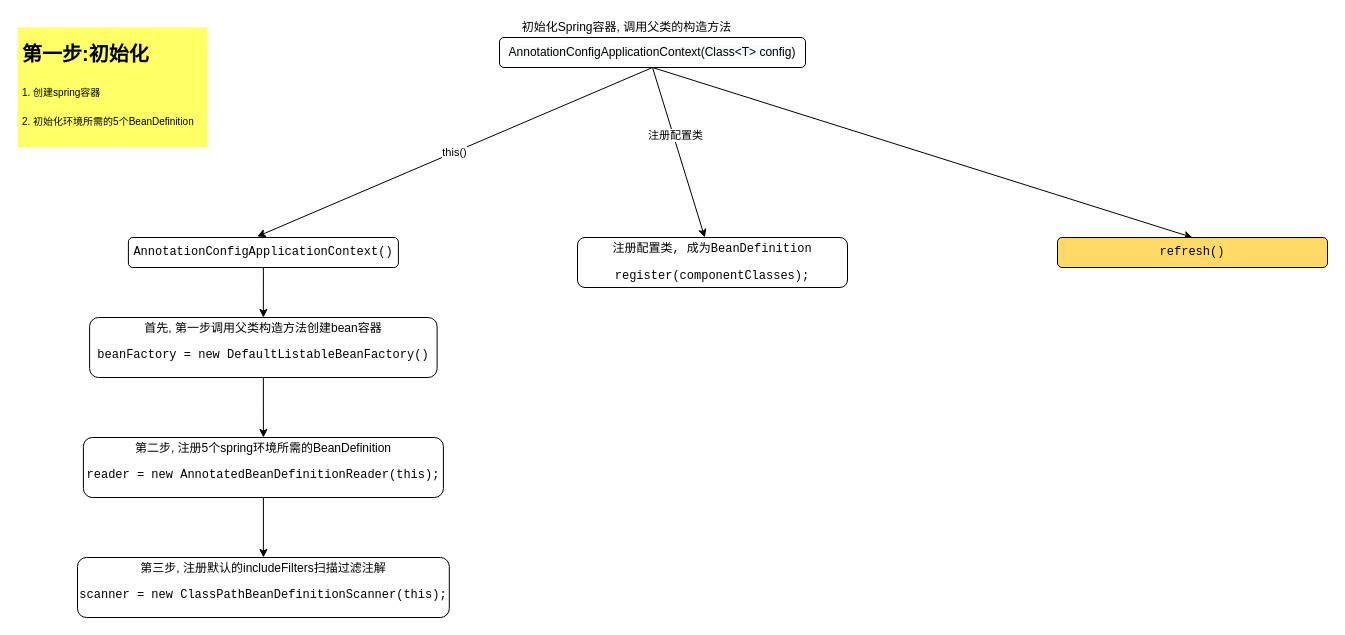
The draw.io diagram runninpanda/framework/spring/Spring.drawio in naccoit/drawio, before the edit. Source tidied: cells renumbered, new cells numbered last; positions are measured from the earlier drawing's top-left corner, leaving out a move shared by most shapes. Both pictures are drawn from the tidied source at 100%, with x=0, y=0 at pixel (17, 17).
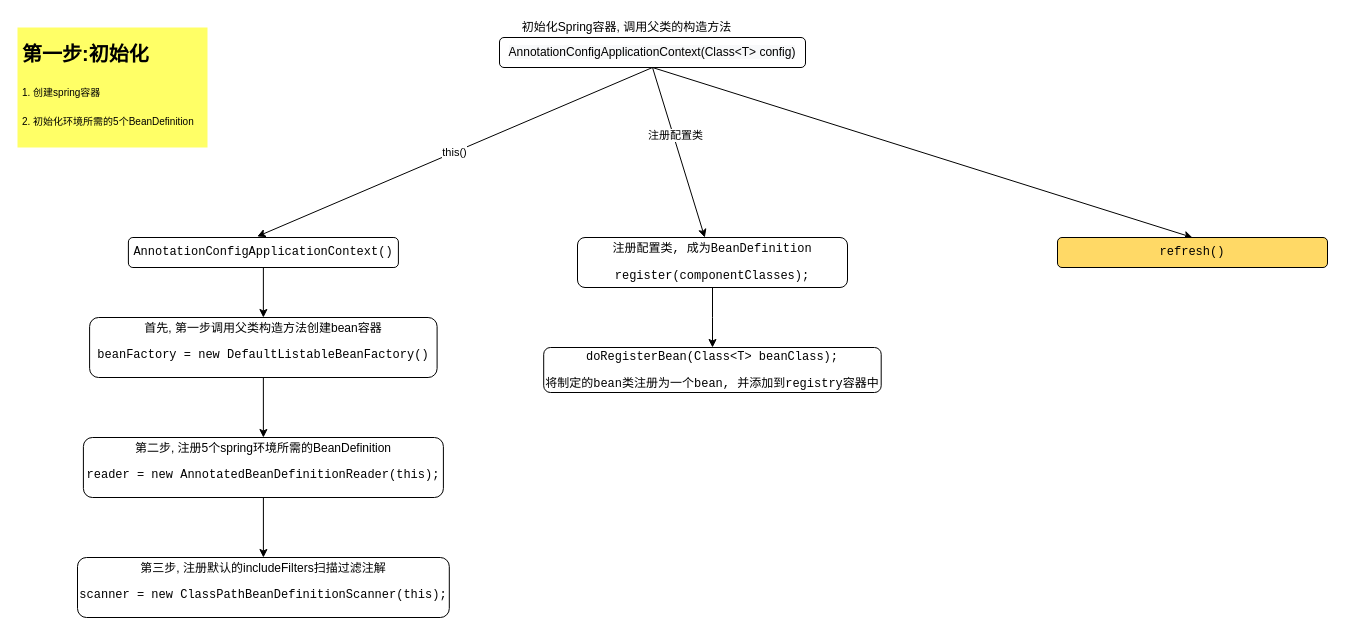
The same page after the edit.

Diff of the diagram source:
```diff
@@
 <mxGraphModel>
   <root>
     <mxCell id="0" />
     <mxCell id="1" parent="0" />
     <mxCell id="2" value="this()" style="rounded=0;jettySize=auto;html=1;exitX=0.5;exitY=1;exitDx=0;exitDy=0;entryX=0.477;entryY=-0.033;entryDx=0;entryDy=0;entryPerimeter=0;" parent="1" edge="1" source="6" target="10">
       <mxGeometry relative="1" as="geometry" />
     </mxCell>
     <mxCell id="3" style="rounded=0;jettySize=auto;html=1;exitX=0.5;exitY=1;exitDx=0;exitDy=0;" parent="1" edge="1" source="6" target="11">
       <mxGeometry relative="1" as="geometry" />
     </mxCell>
     <mxCell id="4" value="注册配置类" style="edgeLabel;html=1;align=center;verticalAlign=middle;" parent="3" vertex="1">
       <mxGeometry x="-0.2" y="2" relative="1" as="geometry" />
     </mxCell>
     <mxCell id="5" style="edgeStyle=none;rounded=0;jettySize=auto;html=1;exitX=0.5;exitY=1;exitDx=0;exitDy=0;entryX=0.5;entryY=0;entryDx=0;entryDy=0;" parent="1" edge="1" source="6" target="12">
       <mxGeometry relative="1" as="geometry" />
     </mxCell>
     <mxCell id="6" value="&lt;span style=&quot;color: rgb(0 , 0 , 0) ; font-family: &amp;#34;helvetica&amp;#34; ; font-size: 12px ; font-style: normal ; font-weight: 400 ; letter-spacing: normal ; text-align: center ; text-indent: 0px ; text-transform: none ; word-spacing: 0px ; background-color: rgb(248 , 249 , 250) ; display: inline ; float: none&quot;&gt;AnnotationConfigApplicationContext(Class&amp;lt;T&amp;gt; config)&lt;/span&gt;" style="rounded=1;whiteSpace=wrap;html=1;" parent="1" vertex="1">
       <mxGeometry x="482" y="20" width="306" height="30" as="geometry" />
     </mxCell>
     <mxCell id="7" value="初始化Spring容器, 调用父类的构造方法" style="text;html=1;strokeColor=none;fillColor=none;align=center;verticalAlign=middle;whiteSpace=wrap;rounded=0;" parent="1" vertex="1">
       <mxGeometry x="500" width="219" height="20" as="geometry" />
     </mxCell>
     <mxCell id="8" value="&lt;h1&gt;&lt;sub&gt;第一步:初始化&lt;/sub&gt;&lt;/h1&gt;&lt;p&gt;&lt;sub&gt;1. 创建spring容器&lt;/sub&gt;&lt;/p&gt;&lt;p&gt;&lt;sub&gt;2. 初始化环境所需的5个BeanDefinition&lt;/sub&gt;&lt;/p&gt;&lt;p&gt;&lt;br&gt;&lt;/p&gt;" style="text;html=1;strokeColor=none;fillColor=#FFFF66;spacing=5;spacingTop=-20;whiteSpace=wrap;overflow=hidden;rounded=0;" parent="1" vertex="1">
       <mxGeometry y="10" width="190" height="120" as="geometry" />
     </mxCell>
     <mxCell id="9" style="edgeStyle=none;rounded=0;jettySize=auto;html=1;" parent="1" edge="1" source="10" target="14">
       <mxGeometry relative="1" as="geometry" />
     </mxCell>
     <mxCell id="10" value="&lt;pre&gt;&lt;pre&gt;AnnotationConfigApplicationContext()&lt;/pre&gt;&lt;/pre&gt;" style="rounded=1;whiteSpace=wrap;html=1;labelBackgroundColor=none;fillColor=#FFFFFF;" parent="1" vertex="1">
       <mxGeometry x="110.9" y="220" width="270" height="30" as="geometry" />
     </mxCell>
+    <mxCell id="18" style="edgeStyle=orthogonalEdgeStyle;rounded=0;jettySize=auto;html=1;" parent="1" edge="1" source="11" target="19">
+      <mxGeometry relative="1" as="geometry" />
+    </mxCell>
     <mxCell id="11" value="&lt;pre&gt;&lt;pre&gt;&lt;pre&gt;注册配置类, 成为BeanDefinition&lt;/pre&gt;&lt;pre&gt;register(componentClasses);&lt;/pre&gt;&lt;/pre&gt;&lt;/pre&gt;" style="rounded=1;whiteSpace=wrap;html=1;labelBackgroundColor=none;fillColor=#FFFFFF;" parent="1" vertex="1">
       <mxGeometry x="560" y="220" width="270" height="50" as="geometry" />
     </mxCell>
     <mxCell id="12" value="&lt;pre&gt;&lt;pre&gt;&lt;pre&gt;&lt;pre&gt;refresh()&lt;/pre&gt;&lt;/pre&gt;&lt;/pre&gt;&lt;/pre&gt;" style="rounded=1;whiteSpace=wrap;html=1;labelBackgroundColor=none;fillColor=#FFD966;" parent="1" vertex="1">
       <mxGeometry x="1040" y="220" width="270" height="30" as="geometry" />
     </mxCell>
     <mxCell id="13" style="edgeStyle=none;rounded=0;jettySize=auto;html=1;" parent="1" edge="1" source="14" target="16">
       <mxGeometry relative="1" as="geometry" />
     </mxCell>
     <mxCell id="14" value="首先, 第一步调用父类构造方法创建bean容器&lt;br&gt;&lt;pre&gt;beanFactory = new DefaultListableBeanFactory()&lt;/pre&gt;" style="whiteSpace=wrap;html=1;rounded=1;fillColor=#FFFFFF;" parent="1" vertex="1">
       <mxGeometry x="72.1" y="300" width="347.5" height="60" as="geometry" />
     </mxCell>
     <mxCell id="15" style="edgeStyle=orthogonalEdgeStyle;rounded=0;jettySize=auto;html=1;" parent="1" edge="1" source="16" target="17">
       <mxGeometry relative="1" as="geometry" />
     </mxCell>
     <mxCell id="16" value="第二步, 注册5个spring环境所需的BeanDefinition&lt;br&gt;&lt;pre&gt;reader = new AnnotatedBeanDefinitionReader(this);&lt;/pre&gt;" style="whiteSpace=wrap;html=1;rounded=1;fillColor=#FFFFFF;" parent="1" vertex="1">
       <mxGeometry x="65.9" y="420" width="360" height="60" as="geometry" />
     </mxCell>
     <mxCell id="17" value="第三步, 注册默认的&lt;span&gt;includeFilters&lt;/span&gt;&lt;span&gt;扫描过滤注解&lt;/span&gt;&lt;br&gt;&lt;pre&gt;&lt;pre&gt;scanner = new ClassPathBeanDefinitionScanner(this);&lt;/pre&gt;&lt;/pre&gt;" style="whiteSpace=wrap;html=1;rounded=1;fillColor=#FFFFFF;" parent="1" vertex="1">
       <mxGeometry x="60" y="540" width="371.8" height="60" as="geometry" />
     </mxCell>
+    <mxCell id="19" value="&lt;pre&gt;doRegisterBean(Class&amp;lt;T&amp;gt; beanClass);&lt;/pre&gt;&lt;pre&gt;将制定的bean类注册为一个bean, 并添加到registry容器中&lt;br&gt;&lt;/pre&gt;" style="whiteSpace=wrap;html=1;rounded=1;fillColor=#FFFFFF;" parent="1" vertex="1">
+      <mxGeometry x="526.2" y="330" width="337.5" height="45" as="geometry" />
+    </mxCell>
   </root>
 </mxGraphModel>
```
